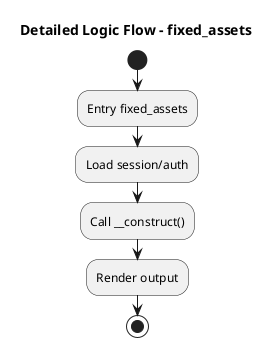
The PlantUML diagram applications/FA_UML_Logic_fixed_assets.png in fraserhighlandshoppe/FAAnalysis, before a commit.
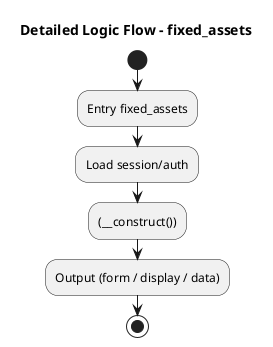
Above is the later version.

Change to the diagram source:
```diff
@@ -3,7 +3,7 @@
 start
 :Entry fixed_assets;
 :Load session/auth;
-:Call __construct();
-:Render output;
+:(__construct());
+:Output (form / display / data);
 stop
 @enduml
```
